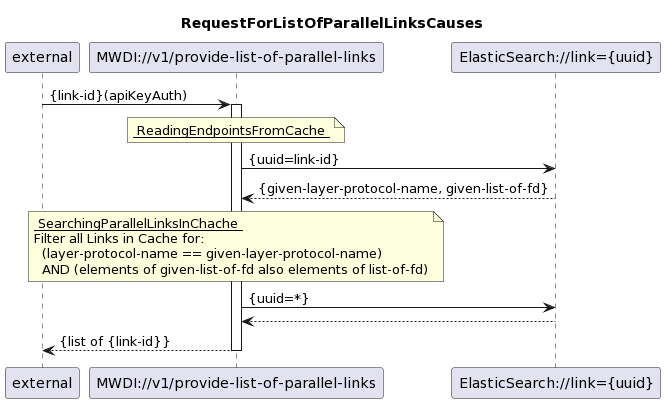
This is spec/diagrams/103_ProvideListOfParallelLinks.png from openBackhaul/MicroWaveDeviceInventory, a PlantUML export, as it was before one commit.
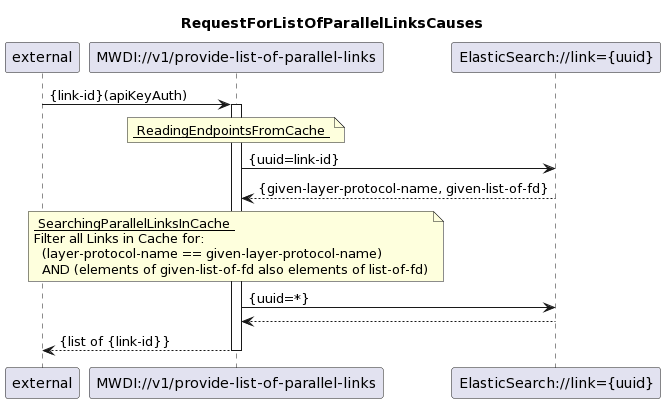
The same file after the commit.

The edit, as a diff of the source:
```diff
@@ -18,7 +18,7 @@
 Link --> provideListOfParallelLinks: {given-layer-protocol-name, given-list-of-fd}
 
 note over provideListOfParallelLinks
-<u> SearchingParallelLinksInChache </u>
+<u> SearchingParallelLinksInCache </u>
 Filter all Links in Cache for:
   (layer-protocol-name == given-layer-protocol-name)
   AND (elements of given-list-of-fd also elements of list-of-fd)
```
